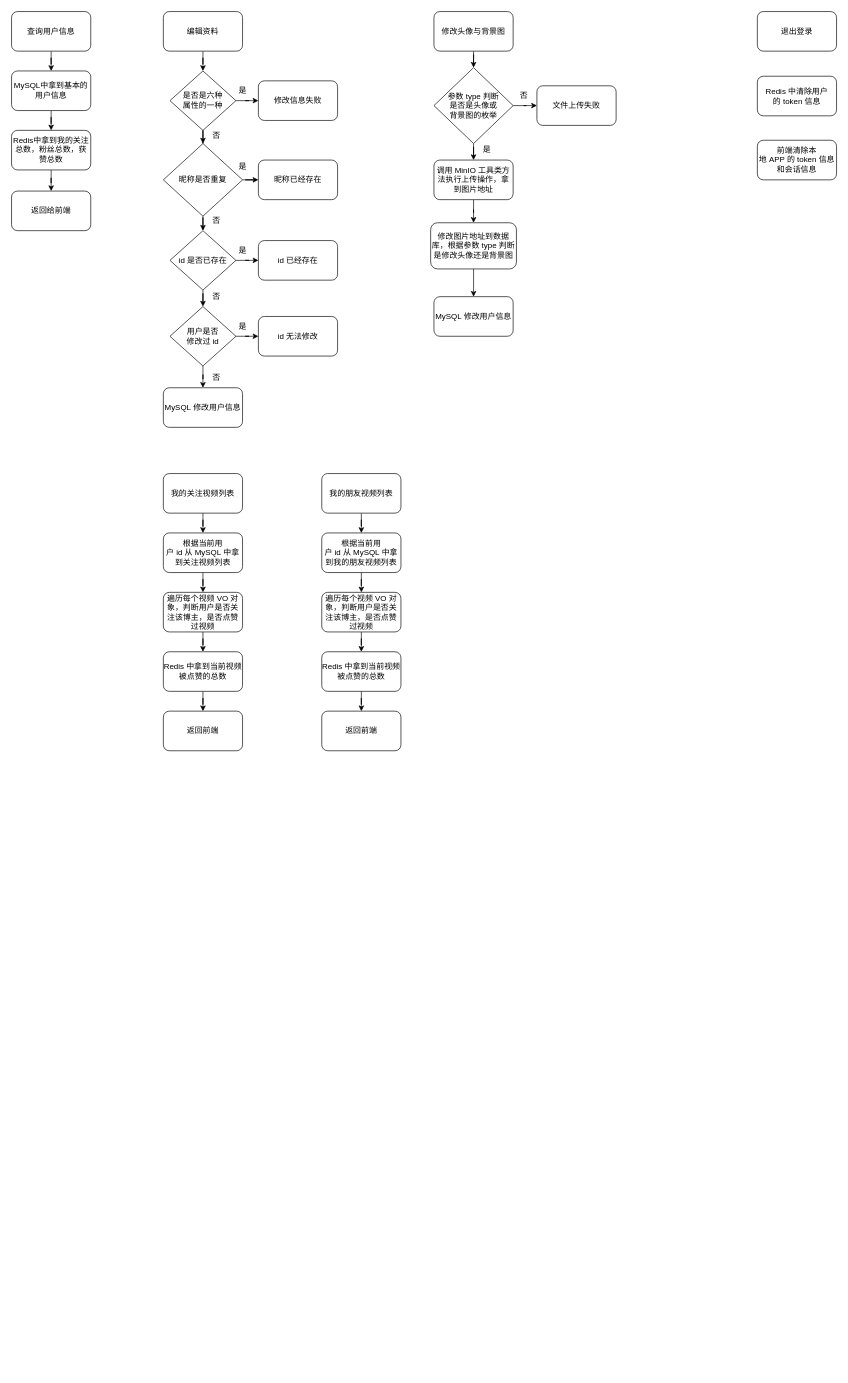
The draw.io diagram 用户模块.drawio in lee11xx/picgo-img, before the edit. Source tidied: cells renumbered, new cells numbered last; positions are measured from the earlier drawing's top-left corner, leaving out a move shared by most shapes. Both pictures are drawn from the tidied source at 66%, with x=0, y=0 at pixel (11, 11).
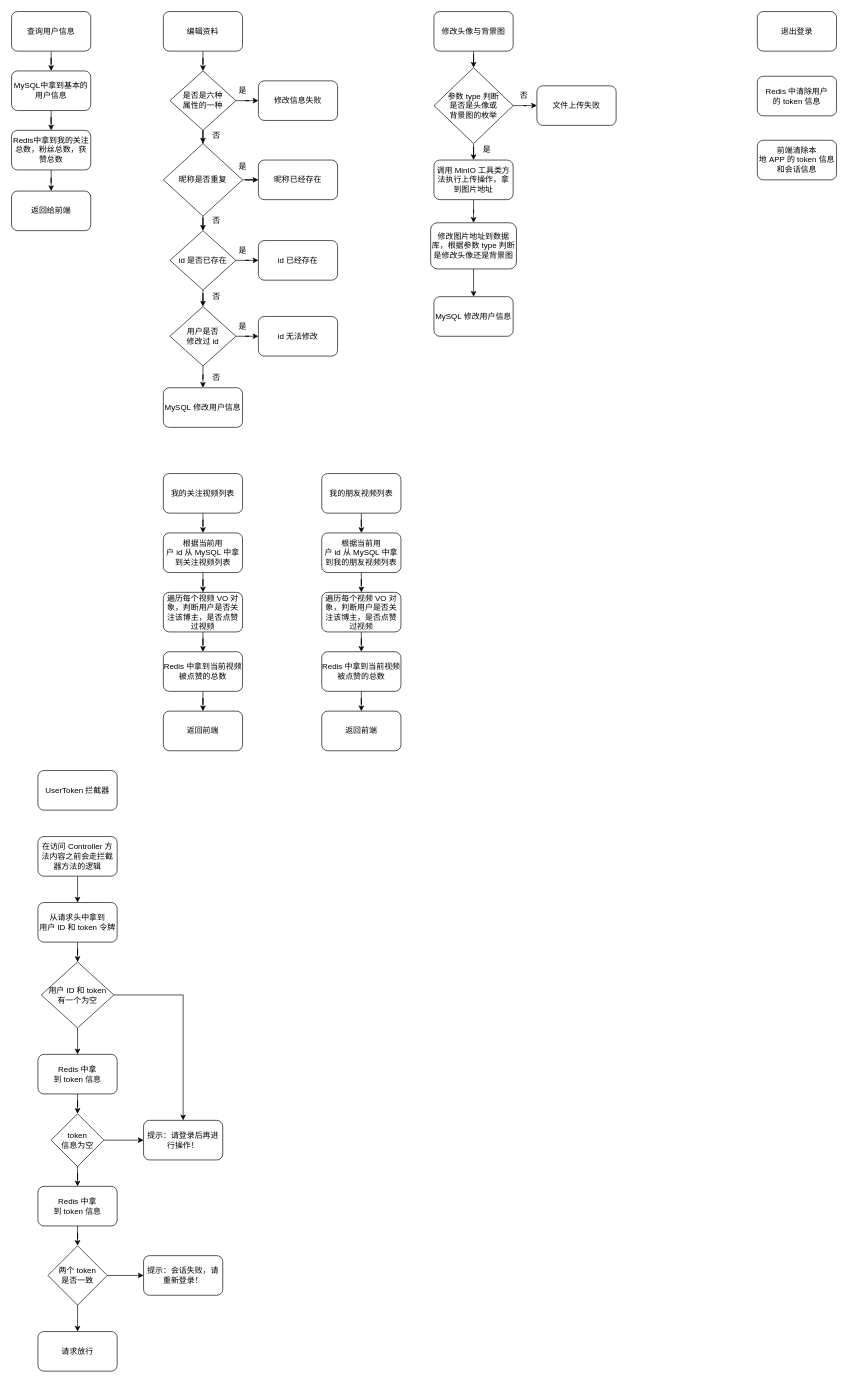
After the change.

Commit message:
更新用户模块.drawio

The edit, as a diff of the source:
```diff
@@
+    <mxCell id="70" value="UserToken 拦截器" style="rounded=1;whiteSpace=wrap;html=1;" parent="1" vertex="1">
+      <mxGeometry x="40" y="1150" width="120" height="60" as="geometry" />
+    </mxCell>
+    <mxCell id="71" style="edgeStyle=orthogonalEdgeStyle;rounded=0;jettySize=auto;html=1;" parent="1" edge="1" source="72" target="74">
+      <mxGeometry relative="1" as="geometry" />
+    </mxCell>
+    <mxCell id="72" value="在访问&amp;nbsp;Controller&amp;nbsp;方法内容之前会走拦截器方法的逻辑" style="rounded=1;whiteSpace=wrap;html=1;" parent="1" vertex="1">
+      <mxGeometry x="40" y="1250" width="120" height="60" as="geometry" />
+    </mxCell>
+    <mxCell id="73" style="edgeStyle=orthogonalEdgeStyle;rounded=0;jettySize=auto;html=1;" parent="1" edge="1" source="74" target="89">
+      <mxGeometry relative="1" as="geometry" />
+    </mxCell>
+    <mxCell id="74" value="从请求头中拿到&lt;br&gt;用户&amp;nbsp;ID&amp;nbsp;和&amp;nbsp;token&amp;nbsp;令牌" style="rounded=1;whiteSpace=wrap;html=1;" parent="1" vertex="1">
+      <mxGeometry x="40" y="1350" width="120" height="60" as="geometry" />
+    </mxCell>
+    <mxCell id="75" style="edgeStyle=orthogonalEdgeStyle;rounded=0;jettySize=auto;html=1;" parent="1" edge="1" source="76" target="79">
+      <mxGeometry relative="1" as="geometry" />
+    </mxCell>
+    <mxCell id="76" value="Redis&amp;nbsp;中拿到&amp;nbsp;token&amp;nbsp;信息" style="rounded=1;whiteSpace=wrap;html=1;" parent="1" vertex="1">
+      <mxGeometry x="40" y="1580" width="120" height="60" as="geometry" />
+    </mxCell>
+    <mxCell id="77" style="edgeStyle=orthogonalEdgeStyle;rounded=0;jettySize=auto;html=1;" parent="1" edge="1" source="79" target="82">
+      <mxGeometry relative="1" as="geometry" />
+    </mxCell>
+    <mxCell id="78" style="edgeStyle=orthogonalEdgeStyle;rounded=0;jettySize=auto;html=1;" parent="1" edge="1" source="79" target="81">
+      <mxGeometry relative="1" as="geometry" />
+    </mxCell>
+    <mxCell id="79" value="token&lt;br&gt;信息为空" style="rhombus;whiteSpace=wrap;html=1;" parent="1" vertex="1">
+      <mxGeometry x="60" y="1670" width="80" height="80" as="geometry" />
+    </mxCell>
+    <mxCell id="80" style="edgeStyle=orthogonalEdgeStyle;rounded=0;jettySize=auto;html=1;" parent="1" edge="1" source="81" target="85">
+      <mxGeometry relative="1" as="geometry" />
+    </mxCell>
+    <mxCell id="81" value="Redis&amp;nbsp;中拿到&amp;nbsp;token&amp;nbsp;信息" style="rounded=1;whiteSpace=wrap;html=1;" parent="1" vertex="1">
+      <mxGeometry x="40" y="1780" width="120" height="60" as="geometry" />
+    </mxCell>
+    <mxCell id="82" value="提示：请登录后再进行操作！" style="rounded=1;whiteSpace=wrap;html=1;" parent="1" vertex="1">
+      <mxGeometry x="200" y="1680" width="120" height="60" as="geometry" />
+    </mxCell>
+    <mxCell id="83" style="edgeStyle=orthogonalEdgeStyle;rounded=0;jettySize=auto;html=1;" parent="1" edge="1" source="85" target="86">
+      <mxGeometry relative="1" as="geometry" />
+    </mxCell>
+    <mxCell id="84" style="edgeStyle=orthogonalEdgeStyle;rounded=0;jettySize=auto;html=1;" parent="1" edge="1" source="85" target="90">
+      <mxGeometry relative="1" as="geometry" />
+    </mxCell>
+    <mxCell id="85" value="两个&amp;nbsp;token&lt;br&gt;是否一致" style="rhombus;whiteSpace=wrap;html=1;" parent="1" vertex="1">
+      <mxGeometry x="55" y="1870" width="90" height="90" as="geometry" />
+    </mxCell>
+    <mxCell id="86" value="提示：会话失败，请重新登录！" style="rounded=1;whiteSpace=wrap;html=1;" parent="1" vertex="1">
+      <mxGeometry x="200" y="1885" width="120" height="60" as="geometry" />
+    </mxCell>
+    <mxCell id="87" style="edgeStyle=orthogonalEdgeStyle;rounded=0;jettySize=auto;html=1;" parent="1" edge="1" source="89" target="82">
+      <mxGeometry relative="1" as="geometry" />
+    </mxCell>
+    <mxCell id="88" style="edgeStyle=orthogonalEdgeStyle;rounded=0;jettySize=auto;html=1;" parent="1" edge="1" source="89" target="76">
+      <mxGeometry relative="1" as="geometry" />
+    </mxCell>
+    <mxCell id="89" value="用户&amp;nbsp;ID&amp;nbsp;和&amp;nbsp;token&lt;br&gt;有一个为空" style="rhombus;whiteSpace=wrap;html=1;" parent="1" vertex="1">
+      <mxGeometry x="45" y="1440" width="110" height="100" as="geometry" />
+    </mxCell>
+    <mxCell id="90" value="请求放行" style="rounded=1;whiteSpace=wrap;html=1;" parent="1" vertex="1">
+      <mxGeometry x="40" y="2000" width="120" height="60" as="geometry" />
+    </mxCell>
```
